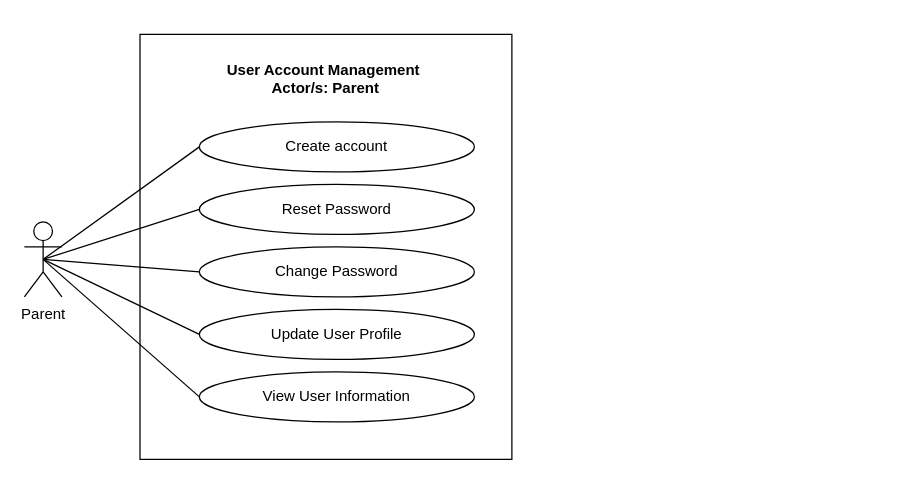
mrklglsn/CAPSTONE-FILES keeps this draw.io diagram as page "User Management System" (3 of 10) of REVISIONS/UML-DIAGRAMS/6-28-2021/USE CASE/use case.drawio. Above is the earlier version. Source tidied: cells renumbered, new cells numbered last; positions are measured from the earlier drawing's top-left corner, leaving out a move shared by most shapes. Both pictures are drawn from the tidied source at 125%, with x=0, y=0 at pixel (24, 34).
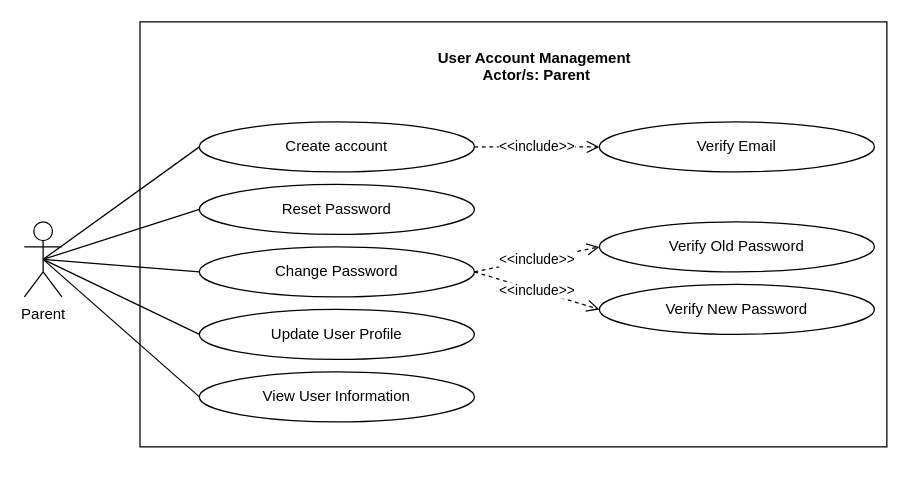
The same diagram, later.

Unchanged cells that the change refers to:
```xml
<mxCell id="11" value="Create account" style="ellipse;whiteSpace=wrap;html=1;fillColor=none;" parent="1" vertex="1">
  <mxGeometry x="140" y="70" width="220" height="40" as="geometry" />
</mxCell>
<mxCell id="12" value="Change Password" style="ellipse;whiteSpace=wrap;html=1;fillColor=none;" parent="1" vertex="1">
  <mxGeometry x="140" y="170" width="220" height="40" as="geometry" />
</mxCell>
```

What changed in the source:
```diff
@@
     <mxCell id="2" style="html=1;fillColor=none;" parent="1" vertex="1">
-      <mxGeometry x="92.5" width="297.5" height="340" as="geometry" />
+      <mxGeometry x="92.5" y="-10" width="597.5" height="340" as="geometry" />
     </mxCell>
@@
     <mxCell id="8" value="User Account Management &#10;Actor/s: Parent" style="text;align=center;fontStyle=1;verticalAlign=middle;spacingLeft=3;spacingRight=3;strokeColor=none;fillColor=none;" parent="1" vertex="1">
-      <mxGeometry x="81.2" y="20" width="320" height="30" as="geometry" />
+      <mxGeometry x="250" y="10" width="320" height="30" as="geometry" />
     </mxCell>
@@
+    <mxCell id="15" value="&amp;lt;&amp;lt;include&amp;gt;&amp;gt;" style="edgeStyle=orthogonalEdgeStyle;rounded=0;jettySize=auto;html=1;exitX=1;exitY=0.5;exitDx=0;exitDy=0;entryX=0;entryY=0.5;entryDx=0;entryDy=0;dashed=1;endArrow=open;endFill=0;endSize=8;" parent="1" edge="1" source="11" target="18">
+      <mxGeometry relative="1" as="geometry" />
+    </mxCell>
@@
+    <mxCell id="16" value="&amp;lt;&amp;lt;include&amp;gt;&amp;gt;" style="rounded=0;jettySize=auto;html=1;exitX=1;exitY=0.5;exitDx=0;exitDy=0;entryX=0;entryY=0.5;entryDx=0;entryDy=0;dashed=1;endArrow=open;endFill=0;endSize=8;" parent="1" edge="1" source="12" target="19">
+      <mxGeometry relative="1" as="geometry" />
+    </mxCell>
+    <mxCell id="17" value="&amp;lt;&amp;lt;include&amp;gt;&amp;gt;" style="edgeStyle=none;rounded=0;jettySize=auto;html=1;exitX=1;exitY=0.5;exitDx=0;exitDy=0;entryX=0;entryY=0.5;entryDx=0;entryDy=0;dashed=1;endArrow=open;endFill=0;endSize=8;" parent="1" edge="1" source="12" target="20">
+      <mxGeometry relative="1" as="geometry" />
+    </mxCell>
@@
+    <mxCell id="18" value="Verify Email" style="ellipse;whiteSpace=wrap;html=1;fillColor=none;" parent="1" vertex="1">
+      <mxGeometry x="460" y="70" width="220" height="40" as="geometry" />
+    </mxCell>
+    <mxCell id="19" value="Verify Old Password" style="ellipse;whiteSpace=wrap;html=1;fillColor=none;" parent="1" vertex="1">
+      <mxGeometry x="460" y="150" width="220" height="40" as="geometry" />
+    </mxCell>
+    <mxCell id="20" value="Verify New Password" style="ellipse;whiteSpace=wrap;html=1;fillColor=none;" parent="1" vertex="1">
+      <mxGeometry x="460" y="200" width="220" height="40" as="geometry" />
+    </mxCell>
```
